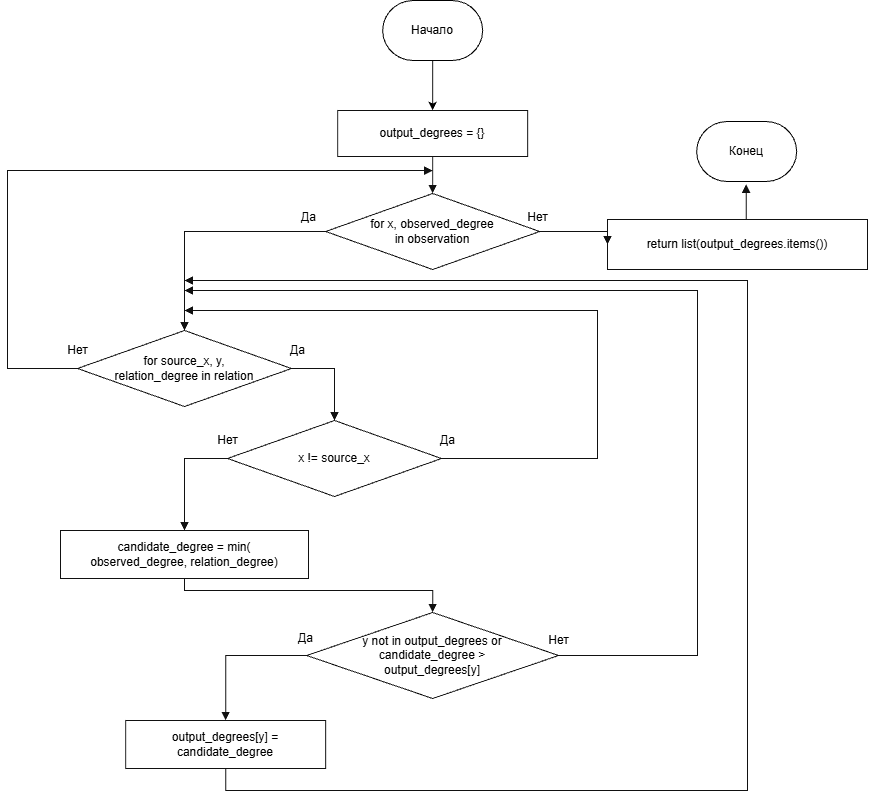
Above: figures/max_min_composition.drawio.png in Qudef1/lois (draw.io), before the change. Source tidied: cells renumbered, new cells last; positions are measured from the earlier drawing's top-left corner, leaving out a move shared by most shapes. Its diagram source:
```xml
<mxGraphModel>
  <root>
    <mxCell id="0" />
    <mxCell id="1" parent="0" />
    <mxCell id="2" value="output_degrees = {}" style="rounded=0;whiteSpace=wrap;html=1;fillColor=#ffffff;strokeColor=#111111;fontSize=12;align=center;verticalAlign=middle;spacing=5;" parent="1" vertex="1">
      <mxGeometry x="330.2" y="110" width="190" height="46" as="geometry" />
    </mxCell>
    <mxCell id="3" value="for x, observed_degree&lt;br&gt;in observation" style="rhombus;whiteSpace=wrap;html=1;fillColor=#ffffff;strokeColor=#111111;fontSize=12;align=center;verticalAlign=middle;spacing=3;" parent="1" vertex="1">
      <mxGeometry x="318.2" y="193" width="214" height="76" as="geometry" />
    </mxCell>
    <mxCell id="4" value="for source_x, y,&lt;br&gt;relation_degree in relation" style="rhombus;whiteSpace=wrap;html=1;fillColor=#ffffff;strokeColor=#111111;fontSize=12;align=center;verticalAlign=middle;spacing=3;" parent="1" vertex="1">
      <mxGeometry x="70" y="330" width="214" height="76" as="geometry" />
    </mxCell>
    <mxCell id="5" value="x != source_x" style="rhombus;whiteSpace=wrap;html=1;fillColor=#ffffff;strokeColor=#111111;fontSize=12;align=center;verticalAlign=middle;spacing=3;" parent="1" vertex="1">
      <mxGeometry x="220" y="420" width="214" height="76" as="geometry" />
    </mxCell>
    <mxCell id="6" value="candidate_degree = min(&lt;br&gt;observed_degree, relation_degree)" style="rounded=0;whiteSpace=wrap;html=1;fillColor=#ffffff;strokeColor=#111111;fontSize=12;align=center;verticalAlign=middle;spacing=5;" parent="1" vertex="1">
      <mxGeometry x="53" y="530" width="248" height="48" as="geometry" />
    </mxCell>
    <mxCell id="7" value="y not in output_degrees or&lt;br&gt;candidate_degree &gt;&lt;br&gt;output_degrees[y]" style="rhombus;whiteSpace=wrap;html=1;fillColor=#ffffff;strokeColor=#111111;fontSize=12;align=center;verticalAlign=middle;spacing=3;" parent="1" vertex="1">
      <mxGeometry x="299.2" y="612" width="252" height="86" as="geometry" />
    </mxCell>
    <mxCell id="8" value="output_degrees[y] =&lt;br&gt;candidate_degree" style="rounded=0;whiteSpace=wrap;html=1;fillColor=#ffffff;strokeColor=#111111;fontSize=12;align=center;verticalAlign=middle;spacing=5;" parent="1" vertex="1">
      <mxGeometry x="118.2" y="720" width="200" height="48" as="geometry" />
    </mxCell>
    <mxCell id="9" value="return list(output_degrees.items())" style="rounded=0;whiteSpace=wrap;html=1;fillColor=#ffffff;strokeColor=#111111;fontSize=12;align=center;verticalAlign=middle;spacing=5;" parent="1" vertex="1">
      <mxGeometry x="600" y="219" width="260" height="50" as="geometry" />
    </mxCell>
    <mxCell id="10" style="edgeStyle=segmentEdgeStyle;rounded=0;jettySize=auto;html=1;strokeWidth=1;strokeColor=#111111;endArrow=block;endFill=1;fontSize=12;labelBackgroundColor=#ffffff;exitX=0.5;exitY=1;exitDx=0;exitDy=0;entryX=0.5;entryY=0;entryDx=0;entryDy=0;" parent="1" edge="1" source="2" target="3">
      <mxGeometry relative="1" as="geometry" />
    </mxCell>
    <mxCell id="11" value="Да" style="edgeStyle=segmentEdgeStyle;rounded=0;jettySize=auto;html=1;strokeWidth=1;strokeColor=#111111;endArrow=block;endFill=1;fontSize=12;labelBackgroundColor=#ffffff;exitX=0;exitY=0.5;exitDx=0;exitDy=0;entryX=0.5;entryY=0;entryDx=0;entryDy=0;" parent="1" edge="1" source="3" target="4">
      <mxGeometry x="-0.86" y="-14" relative="1" as="geometry" />
    </mxCell>
    <mxCell id="12" value="Нет" style="edgeStyle=segmentEdgeStyle;rounded=0;jettySize=auto;html=1;strokeWidth=1;strokeColor=#111111;endArrow=block;endFill=1;fontSize=12;labelBackgroundColor=#ffffff;exitX=1;exitY=0.5;exitDx=0;exitDy=0;entryX=0;entryY=0.5;entryDx=0;entryDy=0;" parent="1" edge="1" source="3" target="9">
      <mxGeometry x="-1" y="14" relative="1" as="geometry">
        <mxPoint x="-2" as="offset" />
      </mxGeometry>
    </mxCell>
    <mxCell id="13" style="edgeStyle=segmentEdgeStyle;rounded=0;jettySize=auto;html=1;strokeWidth=1;strokeColor=#111111;endArrow=block;endFill=1;fontSize=12;labelBackgroundColor=#ffffff;exitX=0.5;exitY=0;exitDx=0;exitDy=0;entryX=0.5;entryY=1;entryDx=0;entryDy=0;" parent="1" edge="1" source="9">
      <mxGeometry relative="1" as="geometry">
        <mxPoint x="738.7" y="184" as="targetPoint" />
      </mxGeometry>
    </mxCell>
    <mxCell id="14" value="Нет" style="edgeStyle=segmentEdgeStyle;rounded=0;jettySize=auto;html=1;strokeWidth=1;strokeColor=#111111;endArrow=block;endFill=1;fontSize=12;labelBackgroundColor=#ffffff;exitX=0;exitY=0.5;exitDx=0;exitDy=0;" parent="1" edge="1" source="4">
      <mxGeometry x="-1" y="-18" relative="1" as="geometry">
        <mxPoint x="425.2" y="170" as="targetPoint" />
        <Array as="points">
          <mxPoint y="368" />
          <mxPoint y="170" />
          <mxPoint x="425.2" y="170" />
        </Array>
      </mxGeometry>
    </mxCell>
    <mxCell id="15" value="Да" style="edgeStyle=segmentEdgeStyle;rounded=0;jettySize=auto;html=1;strokeWidth=1;strokeColor=#111111;endArrow=block;endFill=1;fontSize=12;labelBackgroundColor=#ffffff;exitX=1;exitY=0.5;exitDx=0;exitDy=0;entryX=0.5;entryY=0;entryDx=0;entryDy=0;" parent="1" edge="1" source="4" target="5">
      <mxGeometry x="-0.87" y="18" relative="1" as="geometry" />
    </mxCell>
    <mxCell id="16" value="Да" style="edgeStyle=segmentEdgeStyle;rounded=0;jettySize=auto;html=1;strokeWidth=1;strokeColor=#111111;endArrow=block;endFill=1;fontSize=12;labelBackgroundColor=#ffffff;exitX=1;exitY=0.5;exitDx=0;exitDy=0;" parent="1" edge="1" source="5">
      <mxGeometry x="-0.98" y="18" relative="1" as="geometry">
        <mxPoint x="177" y="310" as="targetPoint" />
        <Array as="points">
          <mxPoint x="590" y="458" />
          <mxPoint x="590" y="310" />
        </Array>
      </mxGeometry>
    </mxCell>
    <mxCell id="17" value="Нет" style="edgeStyle=segmentEdgeStyle;rounded=0;jettySize=auto;html=1;strokeWidth=1;strokeColor=#111111;endArrow=block;endFill=1;fontSize=12;labelBackgroundColor=#ffffff;exitX=0;exitY=0.5;exitDx=0;exitDy=0;entryX=0.5;entryY=0;entryDx=0;entryDy=0;" parent="1" edge="1" source="5" target="6">
      <mxGeometry x="-1" y="-18" relative="1" as="geometry" />
    </mxCell>
    <mxCell id="18" style="edgeStyle=segmentEdgeStyle;rounded=0;jettySize=auto;html=1;strokeWidth=1;strokeColor=#111111;endArrow=block;endFill=1;fontSize=12;labelBackgroundColor=#ffffff;exitX=0.5;exitY=1;exitDx=0;exitDy=0;entryX=0.5;entryY=0;entryDx=0;entryDy=0;" parent="1" edge="1" source="6" target="7">
      <mxGeometry relative="1" as="geometry">
        <Array as="points">
          <mxPoint x="177" y="590" />
          <mxPoint x="425.2" y="590" />
        </Array>
      </mxGeometry>
    </mxCell>
    <mxCell id="19" value="Нет" style="edgeStyle=segmentEdgeStyle;rounded=0;jettySize=auto;html=1;strokeWidth=1;strokeColor=#111111;endArrow=block;endFill=1;fontSize=12;labelBackgroundColor=#ffffff;exitX=1;exitY=0.5;exitDx=0;exitDy=0;" parent="1" edge="1" source="7">
      <mxGeometry x="-1" y="15" relative="1" as="geometry">
        <mxPoint x="177" y="290" as="targetPoint" />
        <Array as="points">
          <mxPoint x="690" y="655" />
          <mxPoint x="690" y="290" />
        </Array>
      </mxGeometry>
    </mxCell>
    <mxCell id="20" value="Да" style="edgeStyle=segmentEdgeStyle;rounded=0;jettySize=auto;html=1;strokeWidth=1;strokeColor=#111111;endArrow=block;endFill=1;fontSize=12;labelBackgroundColor=#ffffff;exitX=0;exitY=0.5;exitDx=0;exitDy=0;entryX=0.5;entryY=0;entryDx=0;entryDy=0;" parent="1" edge="1" source="7" target="8">
      <mxGeometry x="0.36" y="87" relative="1" as="geometry">
        <mxPoint x="-7" y="-35" as="offset" />
      </mxGeometry>
    </mxCell>
    <mxCell id="21" style="edgeStyle=segmentEdgeStyle;rounded=0;jettySize=auto;html=1;strokeWidth=1;strokeColor=#111111;endArrow=block;endFill=1;fontSize=12;labelBackgroundColor=#ffffff;exitX=0.5;exitY=1;exitDx=0;exitDy=0;" parent="1" edge="1" source="8">
      <mxGeometry x="-0.34" relative="1" as="geometry">
        <mxPoint x="177" y="280" as="targetPoint" />
        <Array as="points">
          <mxPoint x="218.2" y="790" />
          <mxPoint x="740" y="790" />
          <mxPoint x="740" y="280" />
        </Array>
      </mxGeometry>
    </mxCell>
    <mxCell id="22" style="edgeStyle=orthogonalEdgeStyle;rounded=0;jettySize=auto;html=1;" parent="1" edge="1" source="23" target="2">
      <mxGeometry relative="1" as="geometry" />
    </mxCell>
    <mxCell id="23" value="Начало" style="strokeWidth=1;html=1;shape=mxgraph.flowchart.terminator;whiteSpace=wrap;" parent="1" vertex="1">
      <mxGeometry x="375.2" width="100" height="60" as="geometry" />
    </mxCell>
    <mxCell id="24" value="Конец" style="strokeWidth=1;html=1;shape=mxgraph.flowchart.terminator;whiteSpace=wrap;" parent="1" vertex="1">
      <mxGeometry x="689.2" y="121" width="100" height="60" as="geometry" />
    </mxCell>
  </root>
</mxGraphModel>
```
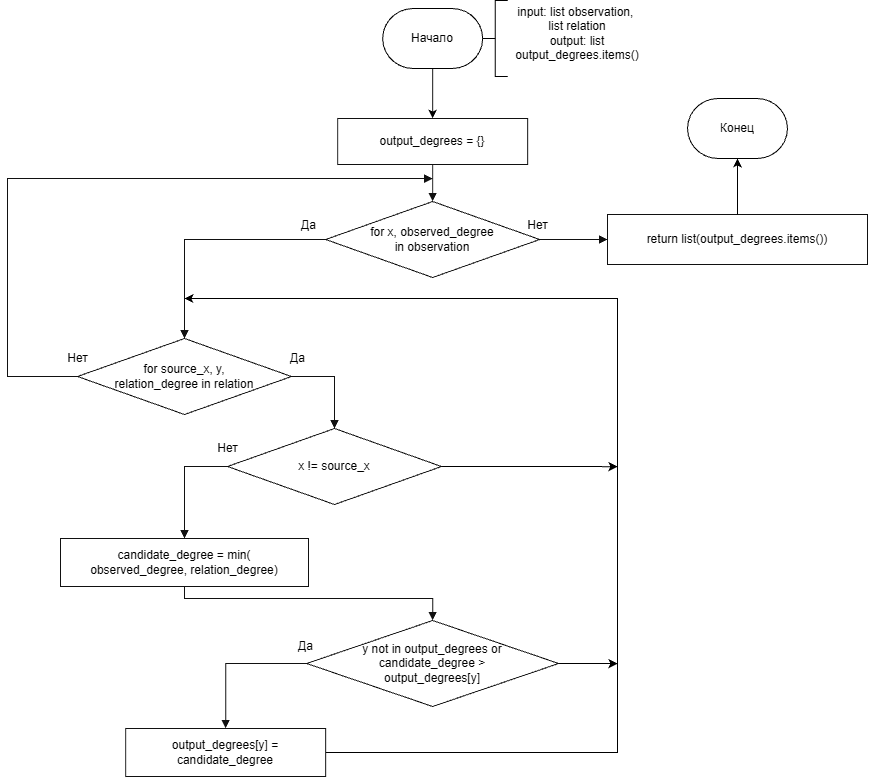
The same diagram one commit later.

Change to the diagram source:
```diff
@@ -11,20 +11,39 @@
     <mxCell id="4" value="for source_x, y,&lt;br&gt;relation_degree in relation" style="rhombus;whiteSpace=wrap;html=1;fillColor=#ffffff;strokeColor=#111111;fontSize=12;align=center;verticalAlign=middle;spacing=3;" parent="1" vertex="1">
       <mxGeometry x="70" y="330" width="214" height="76" as="geometry" />
     </mxCell>
+    <mxCell id="25" style="edgeStyle=orthogonalEdgeStyle;rounded=0;jettySize=auto;html=1;exitX=1;exitY=0.5;exitDx=0;exitDy=0;defaultLabelBackgroundColor=page;labelPadding=0 4;" parent="1" edge="1" source="5">
+      <mxGeometry relative="1" as="geometry">
+        <mxPoint x="610" y="458.2" as="targetPoint" />
+      </mxGeometry>
+    </mxCell>
     <mxCell id="5" value="x != source_x" style="rhombus;whiteSpace=wrap;html=1;fillColor=#ffffff;strokeColor=#111111;fontSize=12;align=center;verticalAlign=middle;spacing=3;" parent="1" vertex="1">
       <mxGeometry x="220" y="420" width="214" height="76" as="geometry" />
     </mxCell>
     <mxCell id="6" value="candidate_degree = min(&lt;br&gt;observed_degree, relation_degree)" style="rounded=0;whiteSpace=wrap;html=1;fillColor=#ffffff;strokeColor=#111111;fontSize=12;align=center;verticalAlign=middle;spacing=5;" parent="1" vertex="1">
       <mxGeometry x="53" y="530" width="248" height="48" as="geometry" />
     </mxCell>
+    <mxCell id="26" style="edgeStyle=orthogonalEdgeStyle;rounded=0;jettySize=auto;html=1;exitX=1;exitY=0.5;exitDx=0;exitDy=0;defaultLabelBackgroundColor=page;labelPadding=0 4;" parent="1" edge="1" source="7">
+      <mxGeometry relative="1" as="geometry">
+        <mxPoint x="610" y="655.2" as="targetPoint" />
+      </mxGeometry>
+    </mxCell>
     <mxCell id="7" value="y not in output_degrees or&lt;br&gt;candidate_degree &gt;&lt;br&gt;output_degrees[y]" style="rhombus;whiteSpace=wrap;html=1;fillColor=#ffffff;strokeColor=#111111;fontSize=12;align=center;verticalAlign=middle;spacing=3;" parent="1" vertex="1">
       <mxGeometry x="299.2" y="612" width="252" height="86" as="geometry" />
     </mxCell>
+    <mxCell id="27" style="edgeStyle=orthogonalEdgeStyle;rounded=0;jettySize=auto;html=1;exitX=1;exitY=0.5;exitDx=0;exitDy=0;defaultLabelBackgroundColor=page;labelPadding=0 4;" parent="1" edge="1" source="8">
+      <mxGeometry x="-0.5" relative="1" as="geometry">
+        <mxPoint x="177" y="290" as="targetPoint" />
+        <Array as="points">
+          <mxPoint x="610" y="744" />
+          <mxPoint x="610" y="290" />
+        </Array>
+      </mxGeometry>
+    </mxCell>
     <mxCell id="8" value="output_degrees[y] =&lt;br&gt;candidate_degree" style="rounded=0;whiteSpace=wrap;html=1;fillColor=#ffffff;strokeColor=#111111;fontSize=12;align=center;verticalAlign=middle;spacing=5;" parent="1" vertex="1">
       <mxGeometry x="118.2" y="720" width="200" height="48" as="geometry" />
     </mxCell>
     <mxCell id="9" value="return list(output_degrees.items())" style="rounded=0;whiteSpace=wrap;html=1;fillColor=#ffffff;strokeColor=#111111;fontSize=12;align=center;verticalAlign=middle;spacing=5;" parent="1" vertex="1">
-      <mxGeometry x="600" y="219" width="260" height="50" as="geometry" />
+      <mxGeometry x="600" y="206" width="260" height="50" as="geometry" />
     </mxCell>
     <mxCell id="10" style="edgeStyle=segmentEdgeStyle;rounded=0;jettySize=auto;html=1;strokeWidth=1;strokeColor=#111111;endArrow=block;endFill=1;fontSize=12;labelBackgroundColor=#ffffff;exitX=0.5;exitY=1;exitDx=0;exitDy=0;entryX=0.5;entryY=0;entryDx=0;entryDy=0;" parent="1" edge="1" source="2" target="3">
       <mxGeometry relative="1" as="geometry" />
@@ -37,11 +56,6 @@
         <mxPoint x="-2" as="offset" />
       </mxGeometry>
     </mxCell>
-    <mxCell id="13" style="edgeStyle=segmentEdgeStyle;rounded=0;jettySize=auto;html=1;strokeWidth=1;strokeColor=#111111;endArrow=block;endFill=1;fontSize=12;labelBackgroundColor=#ffffff;exitX=0.5;exitY=0;exitDx=0;exitDy=0;entryX=0.5;entryY=1;entryDx=0;entryDy=0;" parent="1" edge="1" source="9">
-      <mxGeometry relative="1" as="geometry">
-        <mxPoint x="738.7" y="184" as="targetPoint" />
-      </mxGeometry>
-    </mxCell>
     <mxCell id="14" value="Нет" style="edgeStyle=segmentEdgeStyle;rounded=0;jettySize=auto;html=1;strokeWidth=1;strokeColor=#111111;endArrow=block;endFill=1;fontSize=12;labelBackgroundColor=#ffffff;exitX=0;exitY=0.5;exitDx=0;exitDy=0;" parent="1" edge="1" source="4">
       <mxGeometry x="-1" y="-18" relative="1" as="geometry">
         <mxPoint x="425.2" y="170" as="targetPoint" />
@@ -55,15 +69,6 @@
     <mxCell id="15" value="Да" style="edgeStyle=segmentEdgeStyle;rounded=0;jettySize=auto;html=1;strokeWidth=1;strokeColor=#111111;endArrow=block;endFill=1;fontSize=12;labelBackgroundColor=#ffffff;exitX=1;exitY=0.5;exitDx=0;exitDy=0;entryX=0.5;entryY=0;entryDx=0;entryDy=0;" parent="1" edge="1" source="4" target="5">
       <mxGeometry x="-0.87" y="18" relative="1" as="geometry" />
     </mxCell>
-    <mxCell id="16" value="Да" style="edgeStyle=segmentEdgeStyle;rounded=0;jettySize=auto;html=1;strokeWidth=1;strokeColor=#111111;endArrow=block;endFill=1;fontSize=12;labelBackgroundColor=#ffffff;exitX=1;exitY=0.5;exitDx=0;exitDy=0;" parent="1" edge="1" source="5">
-      <mxGeometry x="-0.98" y="18" relative="1" as="geometry">
-        <mxPoint x="177" y="310" as="targetPoint" />
-        <Array as="points">
-          <mxPoint x="590" y="458" />
-          <mxPoint x="590" y="310" />
-        </Array>
-      </mxGeometry>
-    </mxCell>
     <mxCell id="17" value="Нет" style="edgeStyle=segmentEdgeStyle;rounded=0;jettySize=auto;html=1;strokeWidth=1;strokeColor=#111111;endArrow=block;endFill=1;fontSize=12;labelBackgroundColor=#ffffff;exitX=0;exitY=0.5;exitDx=0;exitDy=0;entryX=0.5;entryY=0;entryDx=0;entryDy=0;" parent="1" edge="1" source="5" target="6">
       <mxGeometry x="-1" y="-18" relative="1" as="geometry" />
     </mxCell>
@@ -75,30 +80,11 @@
         </Array>
       </mxGeometry>
     </mxCell>
-    <mxCell id="19" value="Нет" style="edgeStyle=segmentEdgeStyle;rounded=0;jettySize=auto;html=1;strokeWidth=1;strokeColor=#111111;endArrow=block;endFill=1;fontSize=12;labelBackgroundColor=#ffffff;exitX=1;exitY=0.5;exitDx=0;exitDy=0;" parent="1" edge="1" source="7">
-      <mxGeometry x="-1" y="15" relative="1" as="geometry">
-        <mxPoint x="177" y="290" as="targetPoint" />
-        <Array as="points">
-          <mxPoint x="690" y="655" />
-          <mxPoint x="690" y="290" />
-        </Array>
-      </mxGeometry>
-    </mxCell>
     <mxCell id="20" value="Да" style="edgeStyle=segmentEdgeStyle;rounded=0;jettySize=auto;html=1;strokeWidth=1;strokeColor=#111111;endArrow=block;endFill=1;fontSize=12;labelBackgroundColor=#ffffff;exitX=0;exitY=0.5;exitDx=0;exitDy=0;entryX=0.5;entryY=0;entryDx=0;entryDy=0;" parent="1" edge="1" source="7" target="8">
       <mxGeometry x="0.36" y="87" relative="1" as="geometry">
         <mxPoint x="-7" y="-35" as="offset" />
       </mxGeometry>
     </mxCell>
-    <mxCell id="21" style="edgeStyle=segmentEdgeStyle;rounded=0;jettySize=auto;html=1;strokeWidth=1;strokeColor=#111111;endArrow=block;endFill=1;fontSize=12;labelBackgroundColor=#ffffff;exitX=0.5;exitY=1;exitDx=0;exitDy=0;" parent="1" edge="1" source="8">
-      <mxGeometry x="-0.34" relative="1" as="geometry">
-        <mxPoint x="177" y="280" as="targetPoint" />
-        <Array as="points">
-          <mxPoint x="218.2" y="790" />
-          <mxPoint x="740" y="790" />
-          <mxPoint x="740" y="280" />
-        </Array>
-      </mxGeometry>
-    </mxCell>
     <mxCell id="22" style="edgeStyle=orthogonalEdgeStyle;rounded=0;jettySize=auto;html=1;" parent="1" edge="1" source="23" target="2">
       <mxGeometry relative="1" as="geometry" />
     </mxCell>
@@ -106,7 +92,16 @@
       <mxGeometry x="375.2" width="100" height="60" as="geometry" />
     </mxCell>
     <mxCell id="24" value="Конец" style="strokeWidth=1;html=1;shape=mxgraph.flowchart.terminator;whiteSpace=wrap;" parent="1" vertex="1">
-      <mxGeometry x="689.2" y="121" width="100" height="60" as="geometry" />
+      <mxGeometry x="680" y="90" width="100" height="60" as="geometry" />
     </mxCell>
+    <mxCell id="28" style="edgeStyle=orthogonalEdgeStyle;rounded=0;jettySize=auto;html=1;exitX=0.5;exitY=0;exitDx=0;exitDy=0;entryX=0.5;entryY=1;entryDx=0;entryDy=0;entryPerimeter=0;defaultLabelBackgroundColor=page;labelPadding=0 4;" parent="1" edge="1" source="9" target="24">
+      <mxGeometry relative="1" as="geometry" />
+    </mxCell>
+    <mxCell id="29" style="strokeWidth=1;html=1;shape=mxgraph.flowchart.annotation_2;align=left;labelPosition=right;labelPerimeter=1;" parent="1" vertex="1">
+      <mxGeometry x="475.2" y="-8" width="25" height="76" as="geometry" />
+    </mxCell>
+    <mxCell id="30" value="&lt;div style=&quot;&quot;&gt;input: list observation,&amp;nbsp;&lt;/div&gt;&lt;div style=&quot;&quot;&gt;list relation&lt;/div&gt;&lt;div style=&quot;&quot;&gt;&lt;span style=&quot;background-color: transparent; color: light-dark(#000000, var(--ge-light-color, #ffffff));&quot;&gt;output: list output_degrees.items()&lt;/span&gt;&lt;/div&gt;" style="text;html=1;whiteSpace=wrap;strokeColor=none;fillColor=none;align=center;verticalAlign=middle;rounded=0;" parent="1" vertex="1">
+      <mxGeometry x="490" width="160" height="50" as="geometry" />
+    </mxCell>
   </root>
 </mxGraphModel>
```
